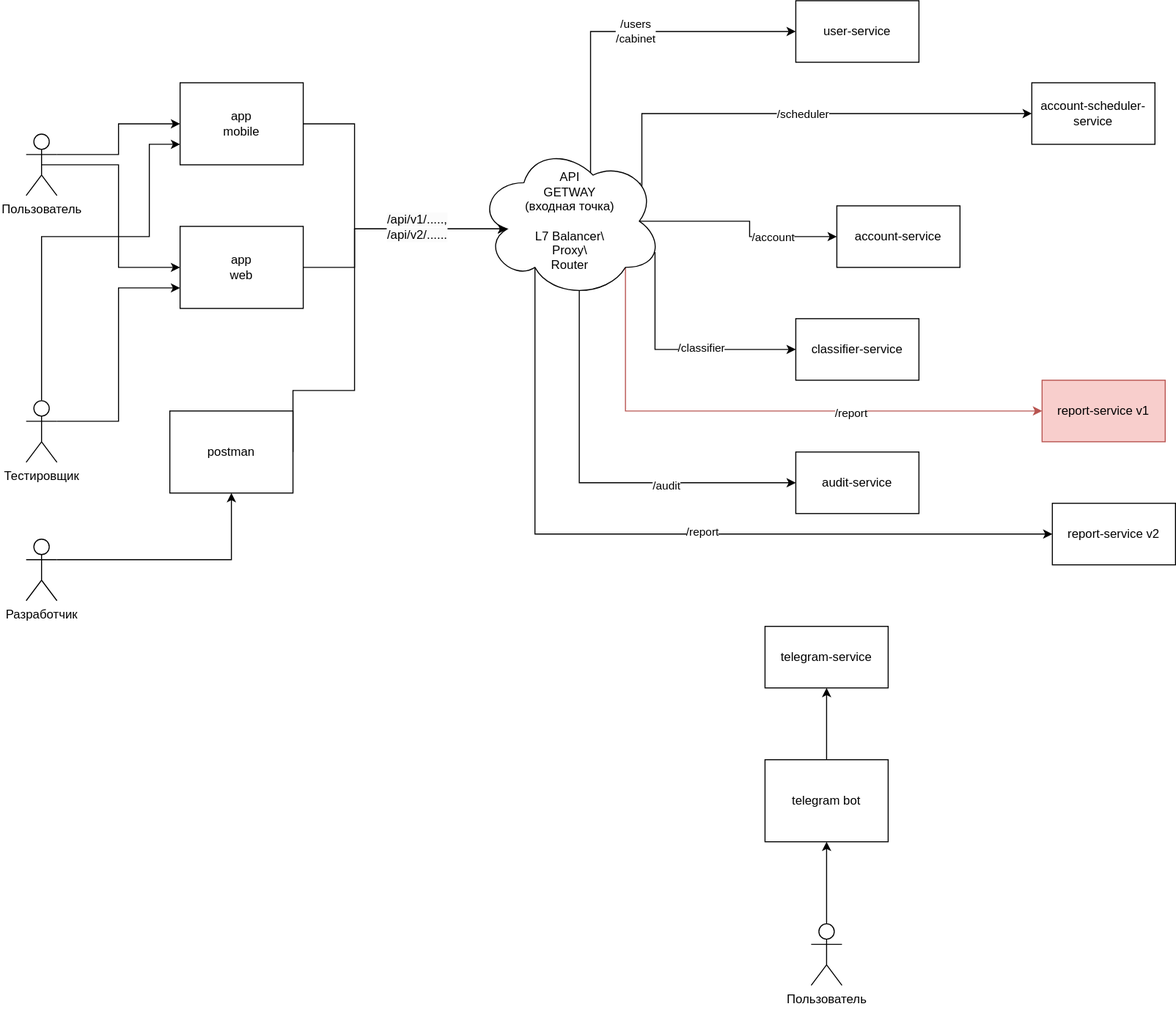
This is diagrams/Структура приложения.svg from WestDragon/ITAcademyFinanceTools, a draw.io export, as it was before one commit. Source tidied: cells renumbered, new cells last; positions are measured from the earlier drawing's top-left corner, leaving out a move shared by most shapes.
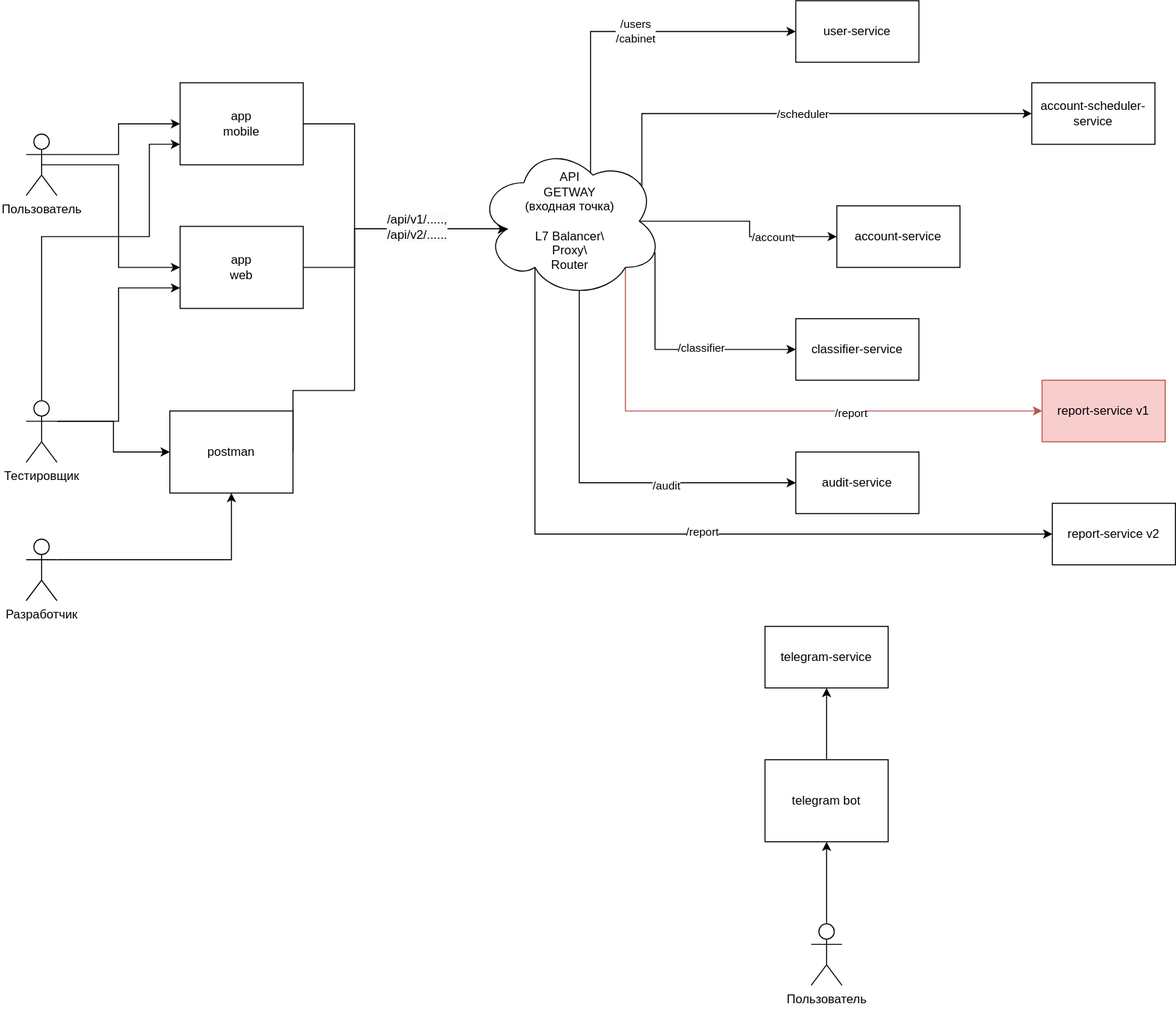
Above is the later version.

Commit message:
upd Структура приложения

Change to the diagram source:
```diff
@@ -165,6 +165,9 @@
         </Array>
       </mxGeometry>
     </mxCell>
+    <mxCell id="44" style="edgeStyle=orthogonalEdgeStyle;rounded=0;jettySize=auto;html=1;exitX=1;exitY=0.3333333333333333;exitDx=0;exitDy=0;exitPerimeter=0;entryX=0;entryY=0.5;entryDx=0;entryDy=0;" parent="1" edge="1" source="39" target="26">
+      <mxGeometry relative="1" as="geometry" />
+    </mxCell>
     <mxCell id="39" value="&lt;div&gt;Тестировщик&lt;/div&gt;" style="shape=umlActor;verticalLabelPosition=bottom;verticalAlign=top;html=1;outlineConnect=0;" parent="1" vertex="1">
       <mxGeometry y="390" width="30" height="60" as="geometry" />
     </mxCell>
```
